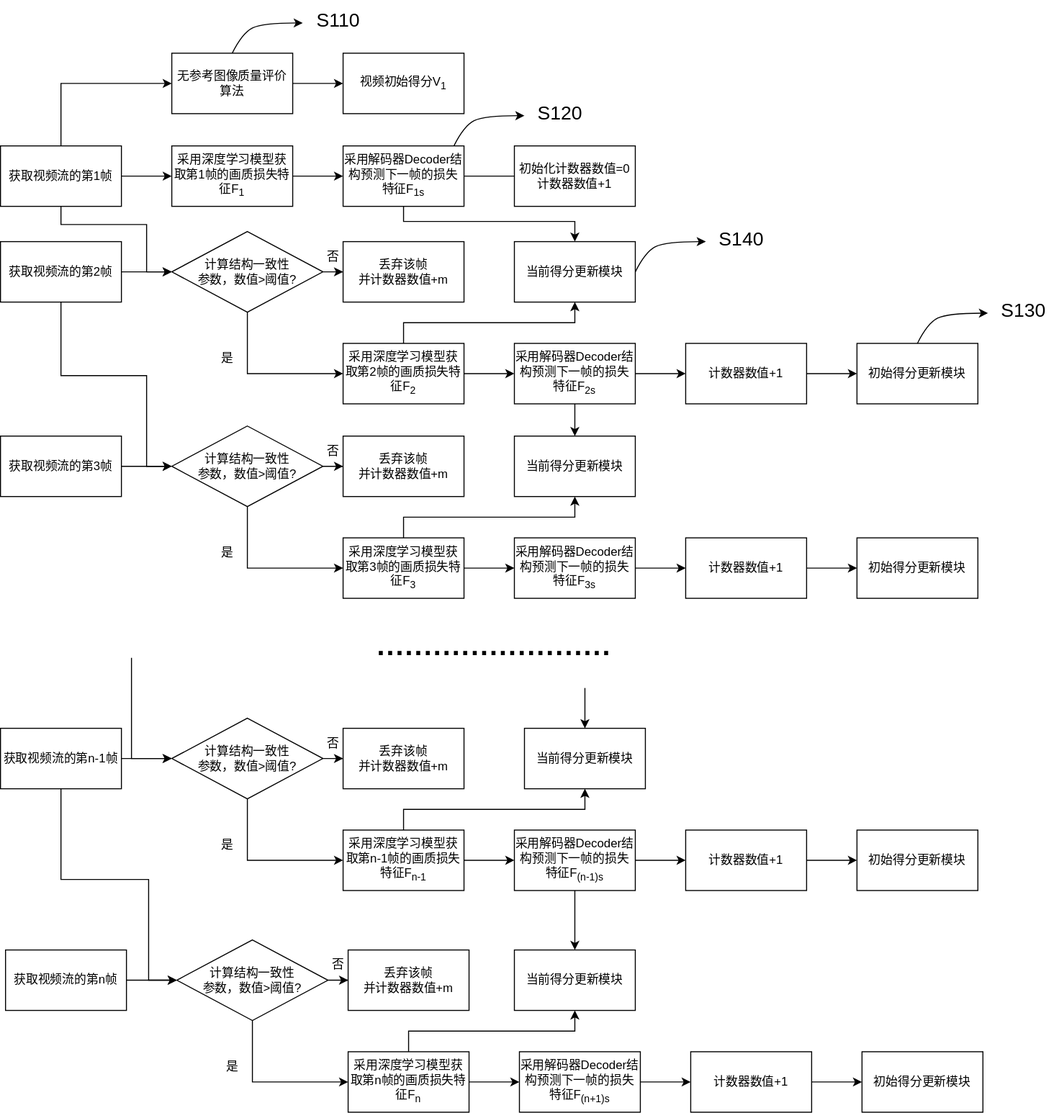
Above: stream_video_quality_assessment_flowchart.drawio.svg in hrf666666/FlowCharts (draw.io), before the change. Source tidied: cells renumbered, new cells last; positions are measured from the earlier drawing's top-left corner, leaving out a move shared by most shapes.
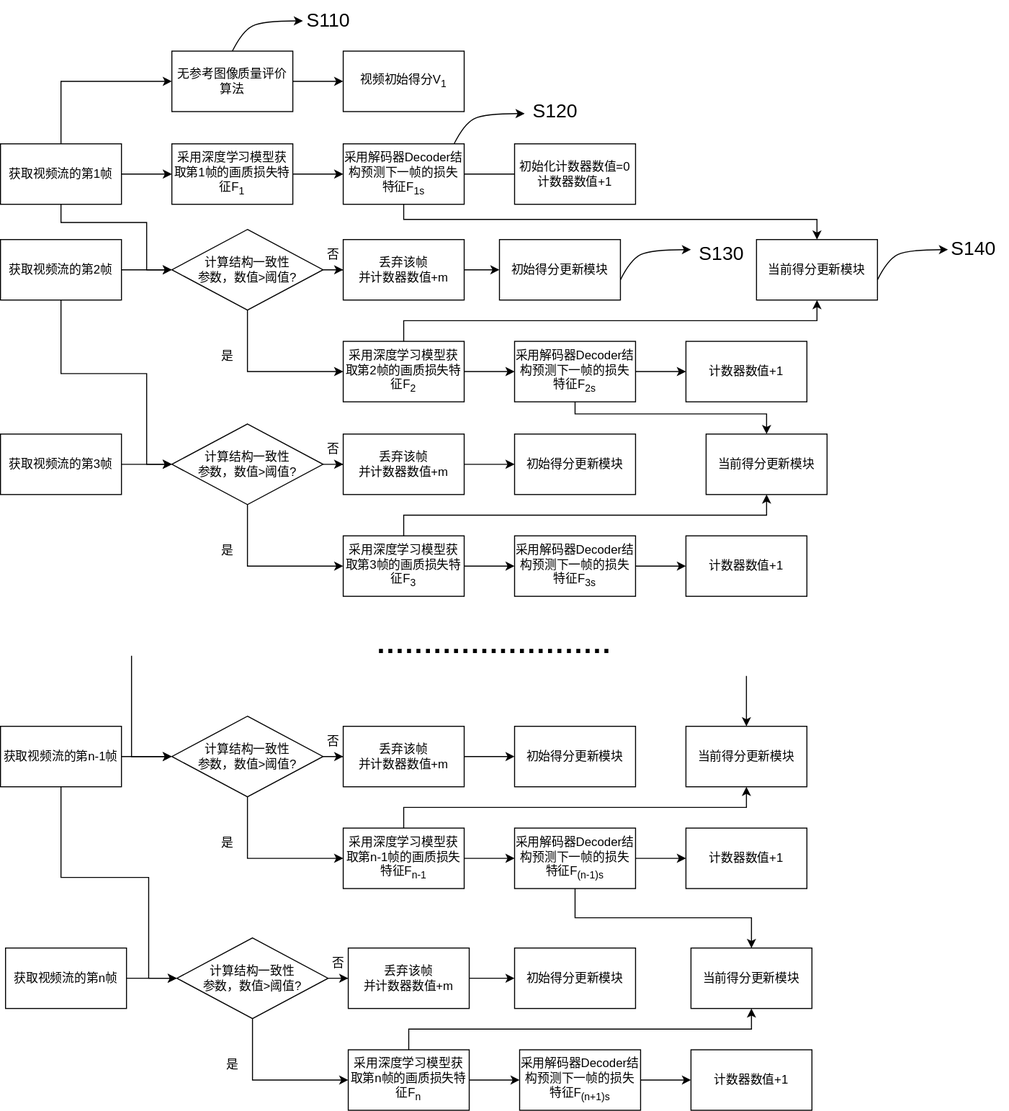
Above is the later version.

Diff of the diagram source:
```diff
@@ -44,7 +44,7 @@
       <mxGeometry relative="1" as="geometry">
         <Array as="points">
           <mxPoint x="400" y="219" />
-          <mxPoint x="570" y="219" />
+          <mxPoint x="810" y="219" />
         </Array>
       </mxGeometry>
     </mxCell>
@@ -81,14 +81,16 @@
       <mxGeometry relative="1" as="geometry" />
     </mxCell>
     <mxCell id="21" style="edgeStyle=orthogonalEdgeStyle;rounded=0;jettySize=auto;html=1;" parent="1" edge="1" source="22" target="50">
-      <mxGeometry relative="1" as="geometry" />
+      <mxGeometry relative="1" as="geometry">
+        <Array as="points">
+          <mxPoint x="570" y="412" />
+          <mxPoint x="760" y="412" />
+        </Array>
+      </mxGeometry>
     </mxCell>
     <mxCell id="22" value="采用解码器Decoder结构预测下一帧的损失特征F&lt;sub&gt;2s&lt;/sub&gt;" style="rounded=0;whiteSpace=wrap;html=1;" parent="1" vertex="1">
       <mxGeometry x="510" y="340" width="120" height="60" as="geometry" />
     </mxCell>
-    <mxCell id="23" style="edgeStyle=orthogonalEdgeStyle;rounded=0;jettySize=auto;html=1;" parent="1" edge="1" source="24" target="32">
-      <mxGeometry relative="1" as="geometry" />
-    </mxCell>
     <mxCell id="24" value="计数器数值+1" style="rounded=0;whiteSpace=wrap;html=1;" parent="1" vertex="1">
       <mxGeometry x="680" y="340" width="120" height="60" as="geometry" />
     </mxCell>
@@ -101,6 +103,9 @@
     <mxCell id="27" value="计算结构一致性&lt;br&gt;参数，数值&amp;gt;阈值?" style="rhombus;whiteSpace=wrap;html=1;" parent="1" vertex="1">
       <mxGeometry x="170" y="229" width="150" height="80" as="geometry" />
     </mxCell>
+    <mxCell id="98" style="edgeStyle=orthogonalEdgeStyle;rounded=0;jettySize=auto;html=1;entryX=0;entryY=0.5;entryDx=0;entryDy=0;" parent="1" edge="1" source="28" target="32">
+      <mxGeometry relative="1" as="geometry" />
+    </mxCell>
     <mxCell id="28" value="丢弃该帧&lt;br&gt;并计数器数值+m" style="rounded=0;whiteSpace=wrap;html=1;" parent="1" vertex="1">
       <mxGeometry x="340" y="239" width="120" height="60" as="geometry" />
     </mxCell>
@@ -114,10 +119,10 @@
       <mxGeometry x="510" y="144" width="120" height="60" as="geometry" />
     </mxCell>
     <mxCell id="32" value="初始得分更新模块" style="rounded=0;whiteSpace=wrap;html=1;" parent="1" vertex="1">
-      <mxGeometry x="850" y="340" width="120" height="60" as="geometry" />
+      <mxGeometry x="495" y="239" width="120" height="60" as="geometry" />
     </mxCell>
     <mxCell id="33" value="当前得分更新模块" style="rounded=0;whiteSpace=wrap;html=1;" parent="1" vertex="1">
-      <mxGeometry x="510" y="239" width="120" height="60" as="geometry" />
+      <mxGeometry x="750" y="239" width="120" height="60" as="geometry" />
     </mxCell>
     <mxCell id="34" style="edgeStyle=orthogonalEdgeStyle;rounded=0;jettySize=auto;html=1;" parent="1" edge="1" source="35">
       <mxGeometry relative="1" as="geometry">
@@ -142,9 +147,6 @@
     <mxCell id="40" value="采用解码器Decoder结构预测下一帧的损失特征F&lt;sub&gt;3s&lt;/sub&gt;" style="rounded=0;whiteSpace=wrap;html=1;" parent="1" vertex="1">
       <mxGeometry x="510" y="533" width="120" height="60" as="geometry" />
     </mxCell>
-    <mxCell id="41" style="edgeStyle=orthogonalEdgeStyle;rounded=0;jettySize=auto;html=1;" parent="1" edge="1" source="42" target="49">
-      <mxGeometry relative="1" as="geometry" />
-    </mxCell>
     <mxCell id="42" value="计数器数值+1" style="rounded=0;whiteSpace=wrap;html=1;" parent="1" vertex="1">
       <mxGeometry x="680" y="533" width="120" height="60" as="geometry" />
     </mxCell>
@@ -157,6 +159,9 @@
     <mxCell id="45" value="计算结构一致性&lt;br&gt;参数，数值&amp;gt;阈值?" style="rhombus;whiteSpace=wrap;html=1;" parent="1" vertex="1">
       <mxGeometry x="170" y="422" width="150" height="80" as="geometry" />
     </mxCell>
+    <mxCell id="99" style="edgeStyle=orthogonalEdgeStyle;rounded=0;jettySize=auto;html=1;exitX=1;exitY=0.5;exitDx=0;exitDy=0;entryX=0;entryY=0.5;entryDx=0;entryDy=0;" parent="1" edge="1" source="46" target="49">
+      <mxGeometry relative="1" as="geometry" />
+    </mxCell>
     <mxCell id="46" value="丢弃该帧&lt;br&gt;并计数器数值+m" style="rounded=0;whiteSpace=wrap;html=1;" parent="1" vertex="1">
       <mxGeometry x="340" y="432" width="120" height="60" as="geometry" />
     </mxCell>
@@ -167,10 +172,10 @@
       <mxGeometry x="205" y="533" width="40" height="30" as="geometry" />
     </mxCell>
     <mxCell id="49" value="初始得分更新模块" style="rounded=0;whiteSpace=wrap;html=1;" parent="1" vertex="1">
-      <mxGeometry x="850" y="533" width="120" height="60" as="geometry" />
+      <mxGeometry x="510" y="432" width="120" height="60" as="geometry" />
     </mxCell>
     <mxCell id="50" value="当前得分更新模块" style="rounded=0;whiteSpace=wrap;html=1;" parent="1" vertex="1">
-      <mxGeometry x="510" y="432" width="120" height="60" as="geometry" />
+      <mxGeometry x="700" y="432" width="120" height="60" as="geometry" />
     </mxCell>
     <mxCell id="51" style="edgeStyle=orthogonalEdgeStyle;rounded=0;jettySize=auto;html=1;" parent="1" edge="1" source="53">
       <mxGeometry relative="1" as="geometry">
@@ -202,14 +207,16 @@
       <mxGeometry relative="1" as="geometry" />
     </mxCell>
     <mxCell id="58" style="edgeStyle=orthogonalEdgeStyle;rounded=0;jettySize=auto;html=1;" parent="1" edge="1" source="59" target="87">
-      <mxGeometry relative="1" as="geometry" />
+      <mxGeometry relative="1" as="geometry">
+        <Array as="points">
+          <mxPoint x="570" y="912" />
+          <mxPoint x="745" y="912" />
+        </Array>
+      </mxGeometry>
     </mxCell>
     <mxCell id="59" value="采用解码器Decoder结构预测下一帧的损失特征F&lt;sub&gt;(n-1)s&lt;/sub&gt;" style="rounded=0;whiteSpace=wrap;html=1;" parent="1" vertex="1">
       <mxGeometry x="510" y="823" width="120" height="60" as="geometry" />
     </mxCell>
-    <mxCell id="60" style="edgeStyle=orthogonalEdgeStyle;rounded=0;jettySize=auto;html=1;" parent="1" edge="1" source="61" target="68">
-      <mxGeometry relative="1" as="geometry" />
-    </mxCell>
     <mxCell id="61" value="计数器数值+1" style="rounded=0;whiteSpace=wrap;html=1;" parent="1" vertex="1">
       <mxGeometry x="680" y="823" width="120" height="60" as="geometry" />
     </mxCell>
@@ -222,6 +229,9 @@
     <mxCell id="64" value="计算结构一致性&lt;br&gt;参数，数值&amp;gt;阈值?" style="rhombus;whiteSpace=wrap;html=1;" parent="1" vertex="1">
       <mxGeometry x="170" y="712" width="150" height="80" as="geometry" />
     </mxCell>
+    <mxCell id="100" style="edgeStyle=orthogonalEdgeStyle;rounded=0;jettySize=auto;html=1;exitX=1;exitY=0.5;exitDx=0;exitDy=0;entryX=0;entryY=0.5;entryDx=0;entryDy=0;" parent="1" edge="1" source="65" target="68">
+      <mxGeometry relative="1" as="geometry" />
+    </mxCell>
     <mxCell id="65" value="丢弃该帧&lt;br&gt;并计数器数值+m" style="rounded=0;whiteSpace=wrap;html=1;" parent="1" vertex="1">
       <mxGeometry x="340" y="722" width="120" height="60" as="geometry" />
     </mxCell>
@@ -232,10 +242,10 @@
       <mxGeometry x="205" y="823" width="40" height="30" as="geometry" />
     </mxCell>
     <mxCell id="68" value="初始得分更新模块" style="rounded=0;whiteSpace=wrap;html=1;" parent="1" vertex="1">
-      <mxGeometry x="850" y="823" width="120" height="60" as="geometry" />
+      <mxGeometry x="510" y="722" width="120" height="60" as="geometry" />
     </mxCell>
     <mxCell id="69" value="当前得分更新模块" style="rounded=0;whiteSpace=wrap;html=1;" parent="1" vertex="1">
-      <mxGeometry x="520" y="722" width="120" height="60" as="geometry" />
+      <mxGeometry x="680" y="722" width="120" height="60" as="geometry" />
     </mxCell>
     <mxCell id="70" value="&lt;font style=&quot;font-size: 28px;&quot;&gt;&lt;b&gt;·························&lt;/b&gt;&lt;/font&gt;" style="text;html=1;align=center;verticalAlign=middle;strokeColor=none;fillColor=none;" parent="1" vertex="1">
       <mxGeometry x="360" y="622" width="260" height="50" as="geometry" />
@@ -263,9 +273,6 @@
     <mxCell id="77" value="采用解码器Decoder结构预测下一帧的损失特征F&lt;sub&gt;(n+1)s&lt;/sub&gt;" style="rounded=0;whiteSpace=wrap;html=1;" parent="1" vertex="1">
       <mxGeometry x="515" y="1043" width="120" height="60" as="geometry" />
     </mxCell>
-    <mxCell id="78" style="edgeStyle=orthogonalEdgeStyle;rounded=0;jettySize=auto;html=1;" parent="1" edge="1" source="79" target="86">
-      <mxGeometry relative="1" as="geometry" />
-    </mxCell>
     <mxCell id="79" value="计数器数值+1" style="rounded=0;whiteSpace=wrap;html=1;" parent="1" vertex="1">
       <mxGeometry x="685" y="1043" width="120" height="60" as="geometry" />
     </mxCell>
@@ -278,6 +285,9 @@
     <mxCell id="82" value="计算结构一致性&lt;br&gt;参数，数值&amp;gt;阈值?" style="rhombus;whiteSpace=wrap;html=1;" parent="1" vertex="1">
       <mxGeometry x="175" y="932" width="150" height="80" as="geometry" />
     </mxCell>
+    <mxCell id="101" style="edgeStyle=orthogonalEdgeStyle;rounded=0;jettySize=auto;html=1;entryX=0;entryY=0.5;entryDx=0;entryDy=0;" parent="1" edge="1" source="83" target="86">
+      <mxGeometry relative="1" as="geometry" />
+    </mxCell>
     <mxCell id="83" value="丢弃该帧&lt;br&gt;并计数器数值+m" style="rounded=0;whiteSpace=wrap;html=1;" parent="1" vertex="1">
       <mxGeometry x="345" y="942" width="120" height="60" as="geometry" />
     </mxCell>
@@ -288,10 +298,10 @@
       <mxGeometry x="210" y="1043" width="40" height="30" as="geometry" />
     </mxCell>
     <mxCell id="86" value="初始得分更新模块" style="rounded=0;whiteSpace=wrap;html=1;" parent="1" vertex="1">
-      <mxGeometry x="855" y="1043" width="120" height="60" as="geometry" />
+      <mxGeometry x="510" y="942" width="120" height="60" as="geometry" />
     </mxCell>
     <mxCell id="87" value="当前得分更新模块" style="rounded=0;whiteSpace=wrap;html=1;" parent="1" vertex="1">
-      <mxGeometry x="510" y="942" width="120" height="60" as="geometry" />
+      <mxGeometry x="685" y="942" width="120" height="60" as="geometry" />
     </mxCell>
     <mxCell id="88" style="endArrow=classic;html=1;rounded=0;entryX=0;entryY=0.5;entryDx=0;entryDy=0;" parent="1" edge="1" target="64">
       <mxGeometry relative="1" as="geometry">
@@ -305,9 +315,9 @@
     </mxCell>
     <mxCell id="89" style="endArrow=classic;html=1;rounded=0;entryX=0.5;entryY=0;entryDx=0;entryDy=0;" parent="1" edge="1" target="69">
       <mxGeometry relative="1" as="geometry">
-        <mxPoint x="580" y="682" as="sourcePoint" />
+        <mxPoint x="740" y="672" as="sourcePoint" />
         <Array as="points">
-          <mxPoint x="580" y="692" />
+          <mxPoint x="740" y="692" />
         </Array>
       </mxGeometry>
     </mxCell>
@@ -322,7 +332,7 @@
       </mxGeometry>
     </mxCell>
     <mxCell id="91" value="S120" style="text;html=1;align=center;verticalAlign=middle;strokeColor=none;fillColor=none;fontSize=19;" parent="1" vertex="1">
-      <mxGeometry x="520" y="92" width="70" height="40" as="geometry" />
+      <mxGeometry x="515" y="92" width="70" height="40" as="geometry" />
     </mxCell>
     <mxCell id="92" style="curved=1;endArrow=classic;html=1;rounded=0;" parent="1" edge="1">
       <mxGeometry relative="1" as="geometry">
@@ -335,33 +345,33 @@
       </mxGeometry>
     </mxCell>
     <mxCell id="93" value="S110" style="text;html=1;align=center;verticalAlign=middle;strokeColor=none;fillColor=none;fontSize=19;" parent="1" vertex="1">
-      <mxGeometry x="300" width="70" height="40" as="geometry" />
+      <mxGeometry x="290" y="2" width="70" height="40" as="geometry" />
     </mxCell>
     <mxCell id="94" style="curved=1;endArrow=classic;html=1;rounded=0;" parent="1" edge="1">
       <mxGeometry relative="1" as="geometry">
-        <mxPoint x="630" y="269" as="sourcePoint" />
-        <mxPoint x="700" y="239" as="targetPoint" />
+        <mxPoint x="870" y="279" as="sourcePoint" />
+        <mxPoint x="940" y="249" as="targetPoint" />
         <Array as="points">
-          <mxPoint x="640" y="249" />
-          <mxPoint x="660" y="239" />
+          <mxPoint x="880" y="259" />
+          <mxPoint x="900" y="249" />
         </Array>
       </mxGeometry>
     </mxCell>
     <mxCell id="95" value="S140" style="text;html=1;align=center;verticalAlign=middle;strokeColor=none;fillColor=none;fontSize=19;" parent="1" vertex="1">
-      <mxGeometry x="700" y="217" width="70" height="40" as="geometry" />
+      <mxGeometry x="930" y="229" width="70" height="40" as="geometry" />
     </mxCell>
     <mxCell id="96" style="curved=1;endArrow=classic;html=1;rounded=0;" parent="1" edge="1">
       <mxGeometry relative="1" as="geometry">
-        <mxPoint x="910" y="340" as="sourcePoint" />
-        <mxPoint x="980" y="310" as="targetPoint" />
+        <mxPoint x="615" y="279" as="sourcePoint" />
+        <mxPoint x="685" y="249" as="targetPoint" />
         <Array as="points">
-          <mxPoint x="920" y="320" />
-          <mxPoint x="940" y="310" />
+          <mxPoint x="625" y="259" />
+          <mxPoint x="645" y="249" />
         </Array>
       </mxGeometry>
     </mxCell>
     <mxCell id="97" value="S130" style="text;html=1;align=center;verticalAlign=middle;strokeColor=none;fillColor=none;fontSize=19;" parent="1" vertex="1">
-      <mxGeometry x="980" y="288" width="70" height="40" as="geometry" />
+      <mxGeometry x="680" y="234" width="70" height="40" as="geometry" />
     </mxCell>
   </root>
 </mxGraphModel>
```
